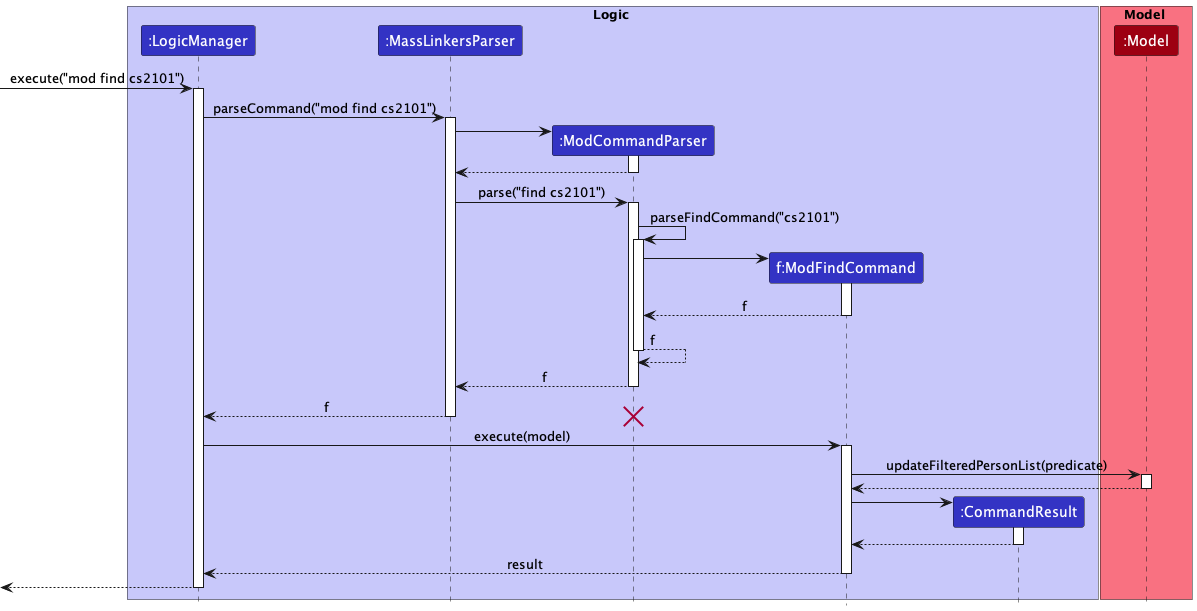
Earlier version of the PlantUML export docs/images/ModFindSequenceDiagram.png (nus-cs2103-AY2223S1/tp). The source it was exported from:
```plantuml
@startuml
!include style.puml
hide Footbox

box Logic LOGIC_COLOR_T1
participant ":LogicManager" as LM LOGIC_COLOR
participant ":MassLinkersParser" as ABP LOGIC_COLOR
participant ":ModCommandParser" as MCP LOGIC_COLOR
participant "f:ModFindCommand" as MFC LOGIC_COLOR
participant ":CommandResult" as CR LOGIC_COLOR
end box

box Model MODEL_COLOR_T1
participant ":Model" as Model MODEL_COLOR
->LM ++  : execute("mod find cs2101")
LM -> ABP ++ : parseCommand("mod find cs2101")
ABP -> MCP **
activate MCP
MCP --> ABP
deactivate MCP
ABP -> MCP : parse("find cs2101")
activate MCP
MCP -> MCP ++ : parseFindCommand("cs2101")
MCP -> MFC **
activate MFC
return f
return f
return f
return f
destroy MCP
LM -> MFC ++ : execute(model)
MFC -> Model ++ : updateFilteredPersonList(predicate)
return
MFC -> CR **
activate CR
return
return result
return

@enduml
```
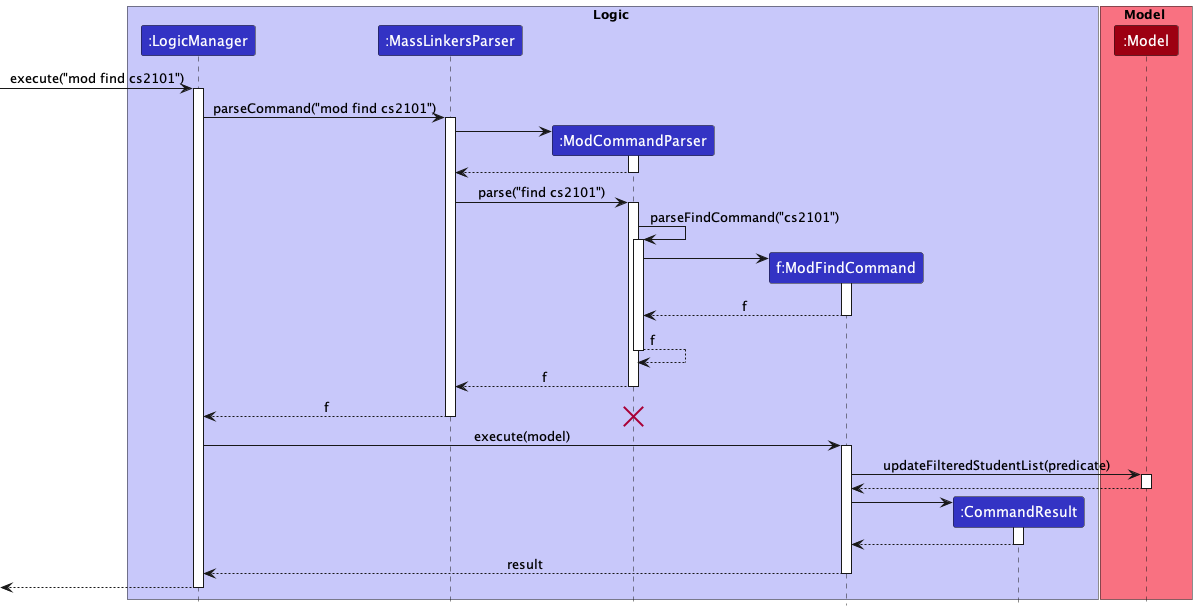
After the change.

What changed in the source:
```diff
@@ -29,7 +29,7 @@
 return f
 destroy MCP
 LM -> MFC ++ : execute(model)
-MFC -> Model ++ : updateFilteredPersonList(predicate)
+MFC -> Model ++ : updateFilteredStudentList(predicate)
 return
 MFC -> CR **
 activate CR
```
